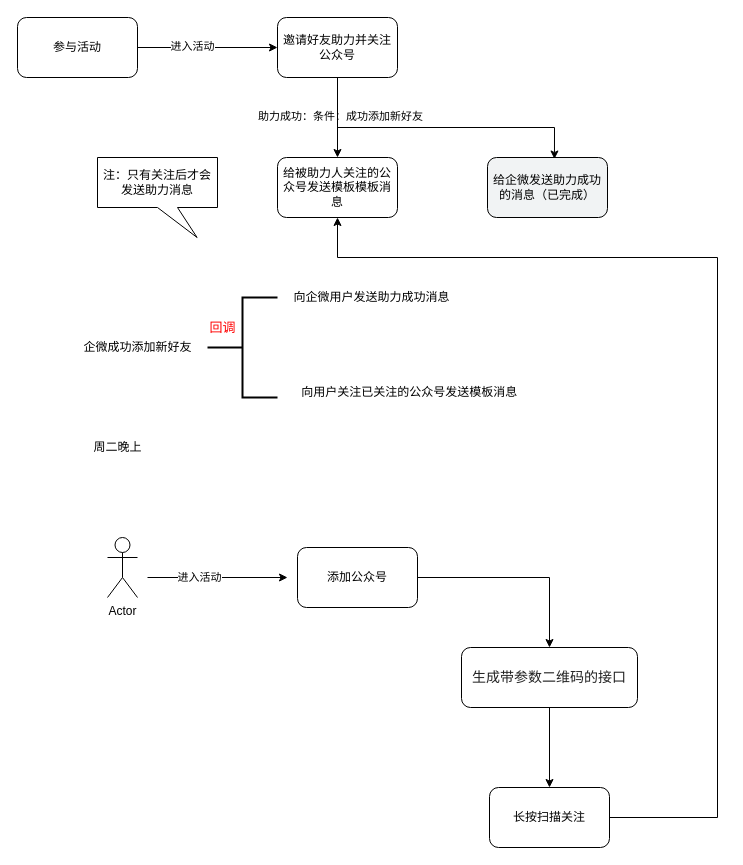
Before: 婚奢汇业务流程图/2月-公众号裂变.drawio in YYB1024/myRemoteRepo, a draw.io diagram. Source tidied: cells renumbered, new cells numbered last; positions are measured from the earlier drawing's top-left corner, leaving out a move shared by most shapes. Both pictures are drawn from the tidied source at 100%, with x=0, y=0 at pixel (17, 17).
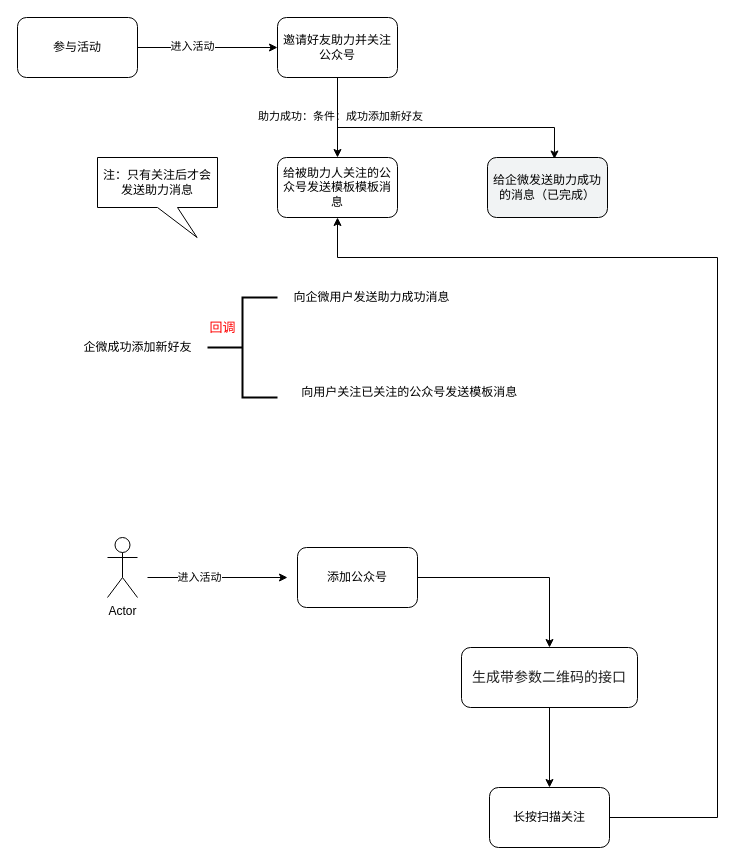
The same diagram, later.

Commit message:
更新2月-公众号裂变.drawio

The edit, as a diff of the source:
```diff
@@
-    <mxCell id="23" value="周二晚上" style="text;html=1;align=center;verticalAlign=middle;strokeColor=none;fillColor=none;" parent="1" vertex="1">
-      <mxGeometry x="65" y="415" width="70" height="30" as="geometry" />
-    </mxCell>
```
